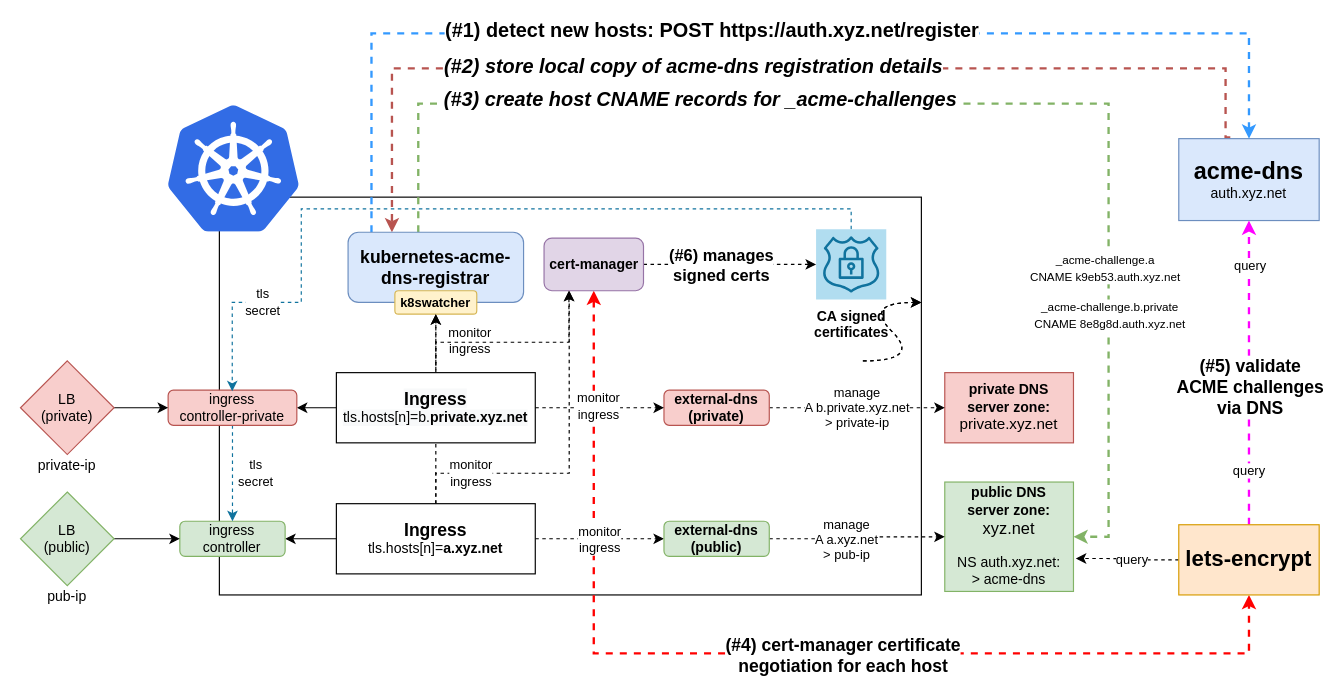
Earlier version of the draw.io diagram docs/diag1.drawio (bitsofinfo/kubernetes-acme-dns-registrar). Source tidied: cells renumbered, new cells numbered last; positions are measured from the earlier drawing's top-left corner, leaving out a move shared by most shapes. Both pictures are drawn from the tidied source at 117%, with x=0, y=0 at pixel (20, 33).
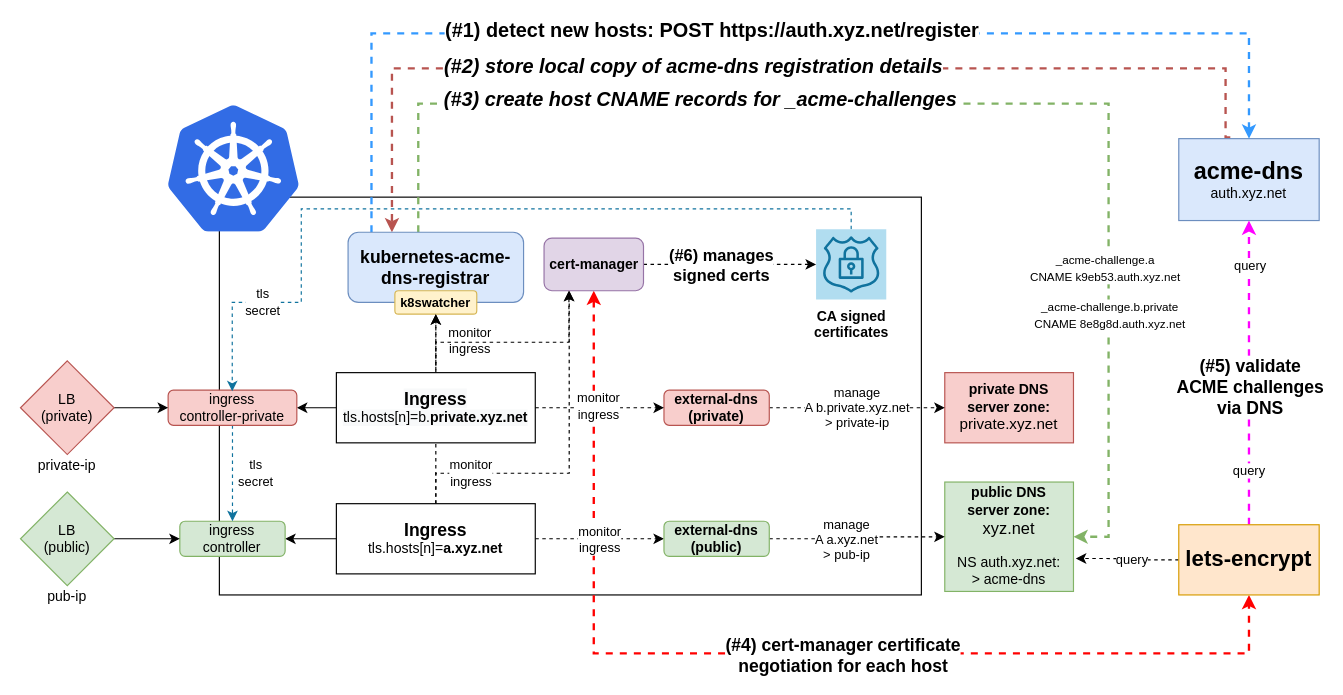
The same diagram, later.

Diff of the diagram source:
```diff
@@
-    <mxCell id="61" style="curved=1;endArrow=classic;html=1;dashed=1;strokeColor=#000000;strokeWidth=1;" parent="1" edge="1">
-      <mxGeometry relative="1" as="geometry">
-        <mxPoint x="720" y="280" as="sourcePoint" />
-        <mxPoint x="770" y="230" as="targetPoint" />
-        <Array as="points">
-          <mxPoint x="770" y="280" />
-          <mxPoint x="720" y="230" />
-        </Array>
-      </mxGeometry>
-    </mxCell>
-    <mxCell id="62" style="curved=1;endArrow=classic;html=1;dashed=1;strokeColor=#000000;strokeWidth=1;" parent="1" edge="1">
-      <mxGeometry relative="1" as="geometry">
-        <mxPoint x="720" y="280" as="sourcePoint" />
-        <mxPoint x="770" y="230" as="targetPoint" />
-        <Array as="points">
-          <mxPoint x="770" y="280" />
-          <mxPoint x="720" y="230" />
-        </Array>
-      </mxGeometry>
-    </mxCell>
```
